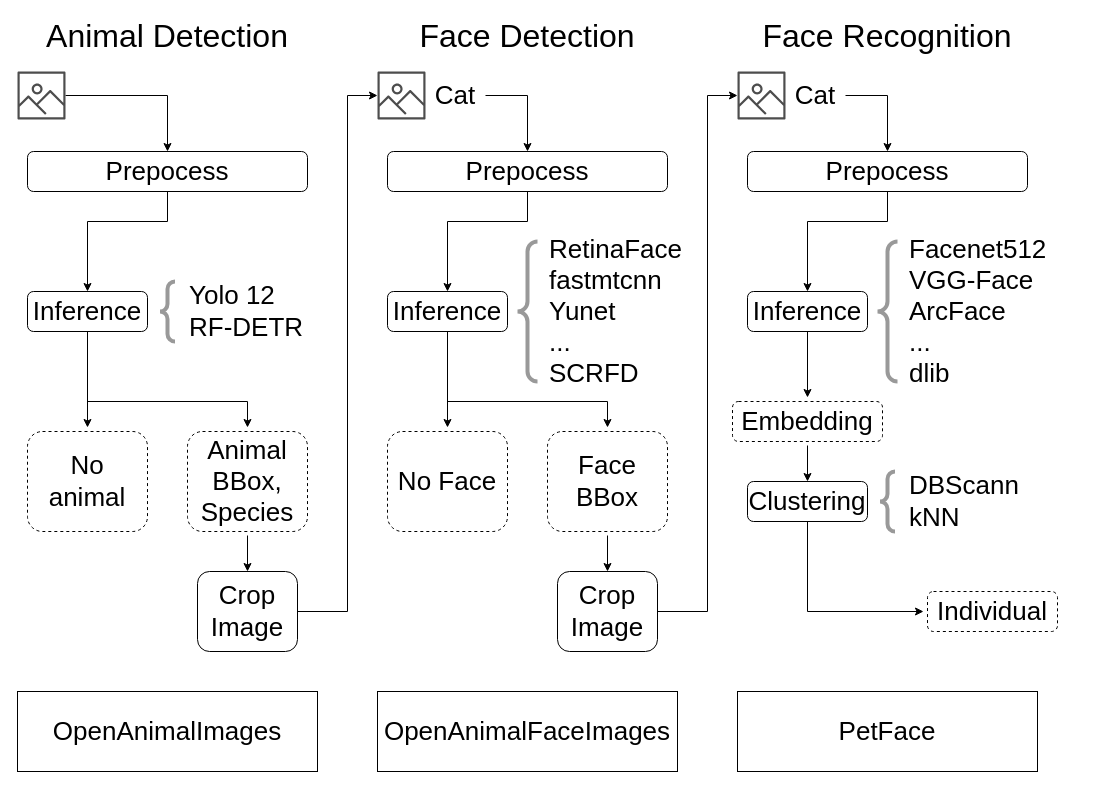
The draw.io diagram docs/system_flow.drawio in Jan108/AFaRec, before the edit. Source tidied: cells renumbered, new cells numbered last; positions are measured from the earlier drawing's top-left corner, leaving out a move shared by most shapes. Both pictures are drawn from the tidied source at 100%, with x=0, y=0 at pixel (17, 21).
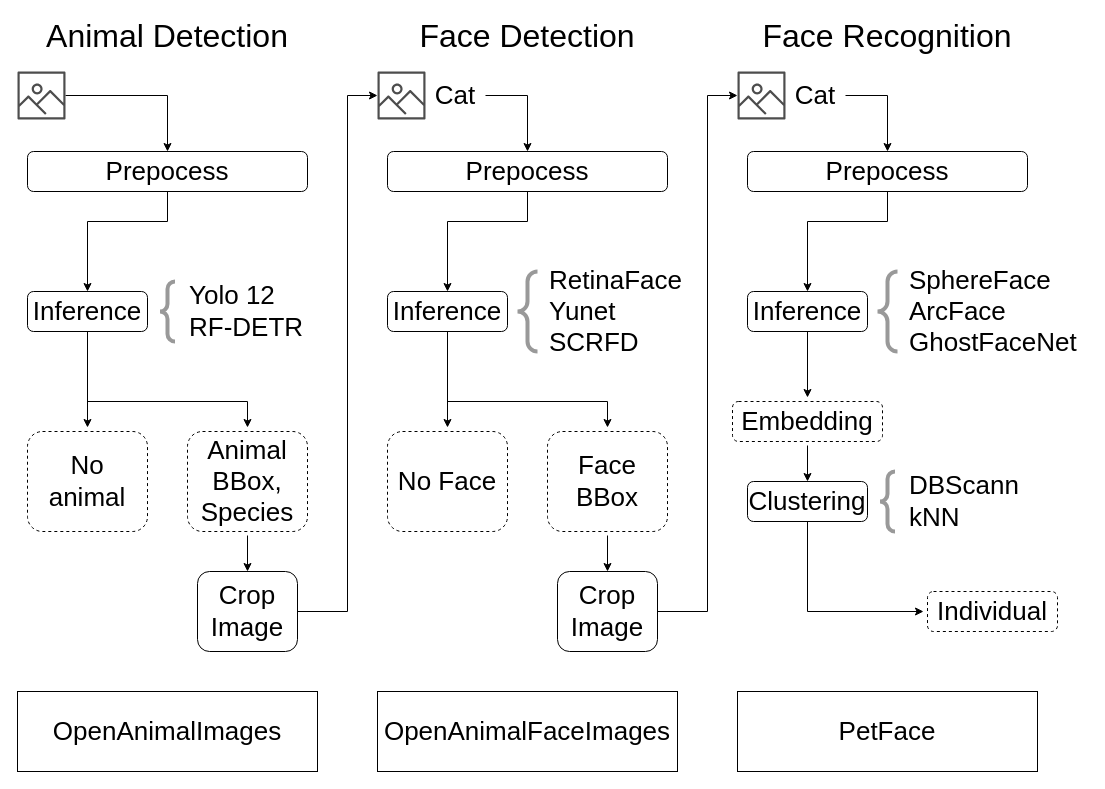
After the change.

Diff of the diagram source:
```diff
@@
     <mxCell id="25" style="labelPosition=right;align=left;strokeWidth=4;shape=mxgraph.mockup.markup.curlyBrace;html=1;shadow=0;dashed=0;strokeColor=#999999;direction=north;fontSize=26;" parent="1" vertex="1">
-      <mxGeometry x="500" y="220" width="20" height="140" as="geometry" />
+      <mxGeometry x="500" y="250" width="20" height="80" as="geometry" />
     </mxCell>
-    <mxCell id="26" value="&lt;div style=&quot;border-color: rgb(218, 220, 224); font-size: 26px;&quot;&gt;&lt;span style=&quot;border-color: rgb(218, 220, 224); font-size: 26px;&quot;&gt;&lt;font style=&quot;font-size: 26px;&quot;&gt;RetinaFace&lt;/font&gt;&lt;/span&gt;&lt;/div&gt;&lt;div style=&quot;border-color: rgb(218, 220, 224); font-size: 26px;&quot;&gt;&lt;/div&gt;&lt;div style=&quot;border-color: rgb(218, 220, 224); font-size: 26px;&quot;&gt;&lt;span style=&quot;border-color: rgb(218, 220, 224); font-size: 26px;&quot;&gt;&lt;font style=&quot;font-size: 26px;&quot;&gt;fastmtcnn&lt;/font&gt;&lt;/span&gt;&lt;/div&gt;&lt;div style=&quot;border-color: rgb(218, 220, 224); font-size: 26px;&quot;&gt;&lt;span style=&quot;border-color: rgb(218, 220, 224); font-size: 26px;&quot;&gt;&lt;font style=&quot;font-size: 26px;&quot;&gt;Yunet&lt;/font&gt;&lt;/span&gt;&lt;/div&gt;&lt;div style=&quot;border-color: rgb(218, 220, 224); font-size: 26px;&quot;&gt;&lt;/div&gt;&lt;div style=&quot;border-color: rgb(218, 220, 224); font-size: 26px;&quot;&gt;&lt;span style=&quot;border-color: rgb(218, 220, 224); font-size: 26px;&quot;&gt;&lt;font style=&quot;font-size: 26px;&quot;&gt;...&lt;/font&gt;&lt;/span&gt;&lt;/div&gt;&lt;div style=&quot;border-color: rgb(218, 220, 224); font-size: 26px;&quot;&gt;&lt;span style=&quot;border-color: rgb(218, 220, 224); font-size: 26px;&quot;&gt;&lt;font style=&quot;font-size: 26px;&quot;&gt;SCRFD&lt;/font&gt;&lt;/span&gt;&lt;/div&gt;" style="text;html=1;strokeColor=none;fillColor=none;align=left;verticalAlign=middle;whiteSpace=wrap;rounded=0;fontSize=26;" parent="1" vertex="1">
-      <mxGeometry x="530" y="220" width="120" height="140" as="geometry" />
+    <mxCell id="26" value="&lt;div style=&quot;border-color: rgb(218, 220, 224); font-size: 26px;&quot;&gt;&lt;span style=&quot;border-color: rgb(218, 220, 224); font-size: 26px;&quot;&gt;&lt;font style=&quot;font-size: 26px;&quot;&gt;RetinaFace&lt;/font&gt;&lt;/span&gt;&lt;/div&gt;&lt;div style=&quot;border-color: rgb(218, 220, 224); font-size: 26px;&quot;&gt;&lt;/div&gt;&lt;div style=&quot;border-color: rgb(218, 220, 224); font-size: 26px;&quot;&gt;&lt;/div&gt;&lt;div style=&quot;border-color: rgb(218, 220, 224); font-size: 26px;&quot;&gt;&lt;span style=&quot;border-color: rgb(218, 220, 224); font-size: 26px;&quot;&gt;&lt;font style=&quot;font-size: 26px;&quot;&gt;Yunet&lt;/font&gt;&lt;/span&gt;&lt;/div&gt;&lt;div style=&quot;border-color: rgb(218, 220, 224); font-size: 26px;&quot;&gt;&lt;/div&gt;&lt;div style=&quot;border-color: rgb(218, 220, 224); font-size: 26px;&quot;&gt;&lt;/div&gt;&lt;div style=&quot;border-color: rgb(218, 220, 224); font-size: 26px;&quot;&gt;&lt;span style=&quot;border-color: rgb(218, 220, 224); font-size: 26px;&quot;&gt;&lt;font style=&quot;font-size: 26px;&quot;&gt;SCRFD&lt;/font&gt;&lt;/span&gt;&lt;/div&gt;" style="text;html=1;strokeColor=none;fillColor=none;align=left;verticalAlign=middle;whiteSpace=wrap;rounded=0;fontSize=26;" parent="1" vertex="1">
+      <mxGeometry x="530" y="245" width="120" height="90" as="geometry" />
     </mxCell>
@@
     <mxCell id="39" style="labelPosition=right;align=left;strokeWidth=4;shape=mxgraph.mockup.markup.curlyBrace;html=1;shadow=0;dashed=0;strokeColor=#999999;direction=north;fontSize=26;" parent="1" vertex="1">
-      <mxGeometry x="860" y="220" width="20" height="140" as="geometry" />
+      <mxGeometry x="860" y="250" width="20" height="80" as="geometry" />
     </mxCell>
-    <mxCell id="40" value="&lt;div style=&quot;border-color: rgb(218, 220, 224); font-size: 26px;&quot;&gt;Facenet512&lt;/div&gt;&lt;div style=&quot;border-color: rgb(218, 220, 224); font-size: 26px;&quot;&gt;&lt;/div&gt;&lt;div style=&quot;border-color: rgb(218, 220, 224); font-size: 26px;&quot;&gt;VGG-Face&lt;/div&gt;&lt;div style=&quot;border-color: rgb(218, 220, 224); font-size: 26px;&quot;&gt;ArcFace&lt;/div&gt;&lt;div style=&quot;border-color: rgb(218, 220, 224); font-size: 26px;&quot;&gt;...&lt;/div&gt;&lt;div style=&quot;border-color: rgb(218, 220, 224); font-size: 26px;&quot;&gt;dlib&lt;/div&gt;&lt;div style=&quot;border-color: rgb(218, 220, 224); font-size: 26px;&quot;&gt;&lt;/div&gt;" style="text;html=1;strokeColor=none;fillColor=none;align=left;verticalAlign=middle;whiteSpace=wrap;rounded=0;fontSize=26;" parent="1" vertex="1">
-      <mxGeometry x="890" y="220" width="92.5" height="140" as="geometry" />
+    <mxCell id="40" value="&lt;div style=&quot;border-color: rgb(218, 220, 224); font-size: 26px;&quot;&gt;&lt;/div&gt;&lt;div style=&quot;border-color: rgb(218, 220, 224); font-size: 26px;&quot;&gt;&lt;/div&gt;&lt;div style=&quot;border-color: rgb(218, 220, 224); font-size: 26px;&quot;&gt;SphereFace&lt;/div&gt;&lt;div style=&quot;border-color: rgb(218, 220, 224); font-size: 26px;&quot;&gt;ArcFace&lt;/div&gt;&lt;div style=&quot;border-color: rgb(218, 220, 224); font-size: 26px;&quot;&gt;GhostFaceNet&lt;/div&gt;&lt;div style=&quot;border-color: rgb(218, 220, 224); font-size: 26px;&quot;&gt;&lt;/div&gt;&lt;div style=&quot;border-color: rgb(218, 220, 224); font-size: 26px;&quot;&gt;&lt;/div&gt;&lt;div style=&quot;border-color: rgb(218, 220, 224); font-size: 26px;&quot;&gt;&lt;/div&gt;" style="text;html=1;strokeColor=none;fillColor=none;align=left;verticalAlign=middle;whiteSpace=wrap;rounded=0;fontSize=26;" parent="1" vertex="1">
+      <mxGeometry x="890" y="245" width="180" height="90" as="geometry" />
     </mxCell>
```
